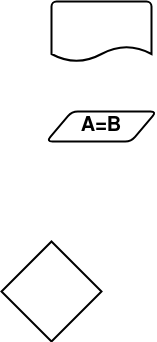
Above: Unidad-1/Images/Diagrama_1.png in DiazLuisAlejandro/programacion (draw.io), before the change. Source tidied: cells renumbered, new cells last; positions are measured from the earlier drawing's top-left corner, leaving out a move shared by most shapes. Its diagram source:
```xml
<mxGraphModel>
  <root>
    <mxCell id="0" />
    <mxCell id="1" parent="0" />
    <mxCell id="2" style="strokeWidth=2;html=1;shape=mxgraph.flowchart.document2;whiteSpace=wrap;size=0.25;" parent="1" vertex="1">
      <mxGeometry x="50" width="100" height="60" as="geometry" />
    </mxCell>
    <mxCell id="3" value="&lt;font size=&quot;1&quot;&gt;&lt;b style=&quot;font-size: 20px;&quot;&gt;A=B&lt;/b&gt;&lt;/font&gt;" style="shape=parallelogram;html=1;strokeWidth=2;perimeter=parallelogramPerimeter;whiteSpace=wrap;rounded=1;arcSize=12;size=0.23;" parent="1" vertex="1">
      <mxGeometry x="45" y="110" width="110" height="30" as="geometry" />
    </mxCell>
    <mxCell id="4" style="strokeWidth=2;html=1;shape=mxgraph.flowchart.decision;whiteSpace=wrap;" parent="1" vertex="1">
      <mxGeometry y="240" width="100" height="100" as="geometry" />
    </mxCell>
  </root>
</mxGraphModel>
```
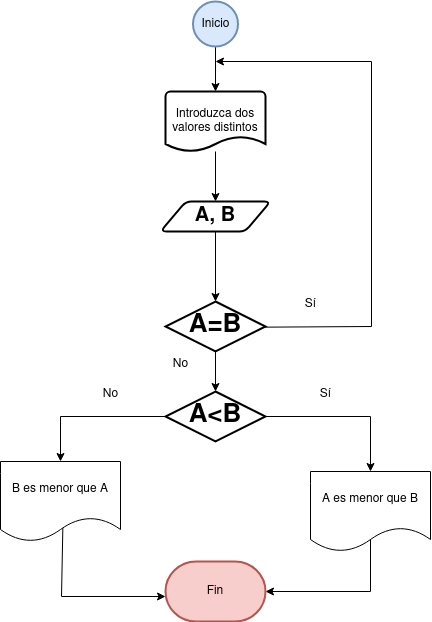
Above is the later version.

The edit, as a diff of the source:
```diff
@@ -2,14 +2,84 @@
   <root>
     <mxCell id="0" />
     <mxCell id="1" parent="0" />
+    <mxCell id="5" style="edgeStyle=orthogonalEdgeStyle;rounded=0;jettySize=auto;html=1;" parent="1" edge="1" source="2" target="10">
+      <mxGeometry relative="1" as="geometry" />
+    </mxCell>
-    <mxCell id="2" style="strokeWidth=2;html=1;shape=mxgraph.flowchart.document2;whiteSpace=wrap;size=0.25;" parent="1" vertex="1">
-      <mxGeometry x="50" width="100" height="60" as="geometry" />
+    <mxCell id="2" value="Introduzca dos valores distintos" style="strokeWidth=2;html=1;shape=mxgraph.flowchart.document2;whiteSpace=wrap;size=0.25;" parent="1" vertex="1">
+      <mxGeometry x="55" y="-10" width="100" height="60" as="geometry" />
     </mxCell>
-    <mxCell id="3" value="&lt;font size=&quot;1&quot;&gt;&lt;b style=&quot;font-size: 20px;&quot;&gt;A=B&lt;/b&gt;&lt;/font&gt;" style="shape=parallelogram;html=1;strokeWidth=2;perimeter=parallelogramPerimeter;whiteSpace=wrap;rounded=1;arcSize=12;size=0.23;" parent="1" vertex="1">
-      <mxGeometry x="45" y="110" width="110" height="30" as="geometry" />
-    </mxCell>
+    <mxCell id="6" style="edgeStyle=orthogonalEdgeStyle;rounded=0;jettySize=auto;html=1;exitX=0.957;exitY=0.513;exitDx=0;exitDy=0;exitPerimeter=0;" parent="1" edge="1" source="4">
+      <mxGeometry relative="1" as="geometry">
+        <mxPoint x="105" y="-40" as="targetPoint" />
+        <Array as="points">
+          <mxPoint x="146" y="226" />
+          <mxPoint x="261" y="225" />
+          <mxPoint x="261" y="-30" />
+        </Array>
+      </mxGeometry>
+    </mxCell>
+    <mxCell id="7" style="edgeStyle=orthogonalEdgeStyle;rounded=0;jettySize=auto;html=1;" parent="1" edge="1" source="4" target="13">
+      <mxGeometry relative="1" as="geometry" />
+    </mxCell>
-    <mxCell id="4" style="strokeWidth=2;html=1;shape=mxgraph.flowchart.decision;whiteSpace=wrap;" parent="1" vertex="1">
-      <mxGeometry y="240" width="100" height="100" as="geometry" />
+    <mxCell id="4" value="&lt;b&gt;&lt;font style=&quot;font-size: 26px;&quot;&gt;A=B&lt;/font&gt;&lt;/b&gt;" style="strokeWidth=2;html=1;shape=mxgraph.flowchart.decision;whiteSpace=wrap;" parent="1" vertex="1">
+      <mxGeometry x="55" y="200" width="100" height="50" as="geometry" />
     </mxCell>
+    <mxCell id="8" style="edgeStyle=orthogonalEdgeStyle;rounded=0;jettySize=auto;html=1;" parent="1" edge="1" source="21" target="2">
+      <mxGeometry relative="1" as="geometry" />
+    </mxCell>
+    <mxCell id="9" style="edgeStyle=orthogonalEdgeStyle;rounded=0;jettySize=auto;html=1;" parent="1" edge="1" source="10" target="4">
+      <mxGeometry relative="1" as="geometry" />
+    </mxCell>
+    <mxCell id="10" value="&lt;font size=&quot;1&quot;&gt;&lt;b style=&quot;font-size: 20px;&quot;&gt;A, B&lt;/b&gt;&lt;/font&gt;" style="shape=parallelogram;html=1;strokeWidth=2;perimeter=parallelogramPerimeter;whiteSpace=wrap;rounded=1;arcSize=12;size=0.23;" parent="1" vertex="1">
+      <mxGeometry x="50" y="100" width="110" height="30" as="geometry" />
+    </mxCell>
+    <mxCell id="11" style="edgeStyle=orthogonalEdgeStyle;rounded=0;jettySize=auto;html=1;" parent="1" edge="1" source="13" target="16">
+      <mxGeometry relative="1" as="geometry" />
+    </mxCell>
+    <mxCell id="12" style="edgeStyle=orthogonalEdgeStyle;rounded=0;jettySize=auto;html=1;exitX=0;exitY=0.5;exitDx=0;exitDy=0;exitPerimeter=0;" parent="1" edge="1" source="13" target="15">
+      <mxGeometry relative="1" as="geometry" />
+    </mxCell>
+    <mxCell id="13" value="&lt;b&gt;&lt;font style=&quot;font-size: 26px;&quot;&gt;A&amp;lt;B&lt;/font&gt;&lt;/b&gt;" style="strokeWidth=2;html=1;shape=mxgraph.flowchart.decision;whiteSpace=wrap;" parent="1" vertex="1">
+      <mxGeometry x="55" y="290" width="100" height="50" as="geometry" />
+    </mxCell>
+    <mxCell id="14" style="edgeStyle=orthogonalEdgeStyle;rounded=0;jettySize=auto;html=1;exitX=0.52;exitY=0.8;exitDx=0;exitDy=0;exitPerimeter=0;" parent="1" edge="1" source="15" target="23">
+      <mxGeometry relative="1" as="geometry">
+        <Array as="points">
+          <mxPoint x="-49" y="424" />
+          <mxPoint x="-49" y="495" />
+        </Array>
+      </mxGeometry>
+    </mxCell>
+    <mxCell id="15" value="B es menor que A" style="shape=document;whiteSpace=wrap;html=1;boundedLbl=1;" parent="1" vertex="1">
+      <mxGeometry x="-110" y="360" width="120" height="80" as="geometry" />
+    </mxCell>
+    <mxCell id="16" value="A es menor que B" style="shape=document;whiteSpace=wrap;html=1;boundedLbl=1;" parent="1" vertex="1">
+      <mxGeometry x="200" y="370" width="120" height="80" as="geometry" />
+    </mxCell>
+    <mxCell id="17" value="No" style="text;html=1;align=center;verticalAlign=middle;strokeColor=none;fillColor=none;" parent="1" vertex="1">
+      <mxGeometry x="-20" y="278" width="40" height="30" as="geometry" />
+    </mxCell>
+    <mxCell id="18" value="Sí" style="text;html=1;align=center;verticalAlign=middle;strokeColor=none;fillColor=none;" parent="1" vertex="1">
+      <mxGeometry x="200" y="278" width="30" height="30" as="geometry" />
+    </mxCell>
+    <mxCell id="19" value="Sí" style="text;html=1;align=center;verticalAlign=middle;strokeColor=none;fillColor=none;" parent="1" vertex="1">
+      <mxGeometry x="185" y="188" width="30" height="30" as="geometry" />
+    </mxCell>
+    <mxCell id="20" value="No" style="text;html=1;align=center;verticalAlign=middle;strokeColor=none;fillColor=none;" parent="1" vertex="1">
+      <mxGeometry x="50" y="248" width="40" height="30" as="geometry" />
+    </mxCell>
+    <mxCell id="21" value="Inicio" style="strokeWidth=2;html=1;shape=mxgraph.flowchart.start_2;whiteSpace=wrap;fillColor=#dae8fc;strokeColor=#6c8ebf;" parent="1" vertex="1">
+      <mxGeometry x="82.5" y="-100" width="45" height="45" as="geometry" />
+    </mxCell>
+    <mxCell id="22" style="edgeStyle=orthogonalEdgeStyle;rounded=0;jettySize=auto;html=1;exitX=0.5;exitY=0.85;exitDx=0;exitDy=0;exitPerimeter=0;" parent="1" edge="1" source="16" target="23">
+      <mxGeometry relative="1" as="geometry">
+        <Array as="points">
+          <mxPoint x="260" y="490" />
+        </Array>
+      </mxGeometry>
+    </mxCell>
+    <mxCell id="23" value="Fin" style="strokeWidth=2;html=1;shape=mxgraph.flowchart.terminator;whiteSpace=wrap;fillColor=#f8cecc;strokeColor=#b85450;" parent="1" vertex="1">
+      <mxGeometry x="55" y="460" width="100" height="60" as="geometry" />
+    </mxCell>
   </root>
 </mxGraphModel>
```
